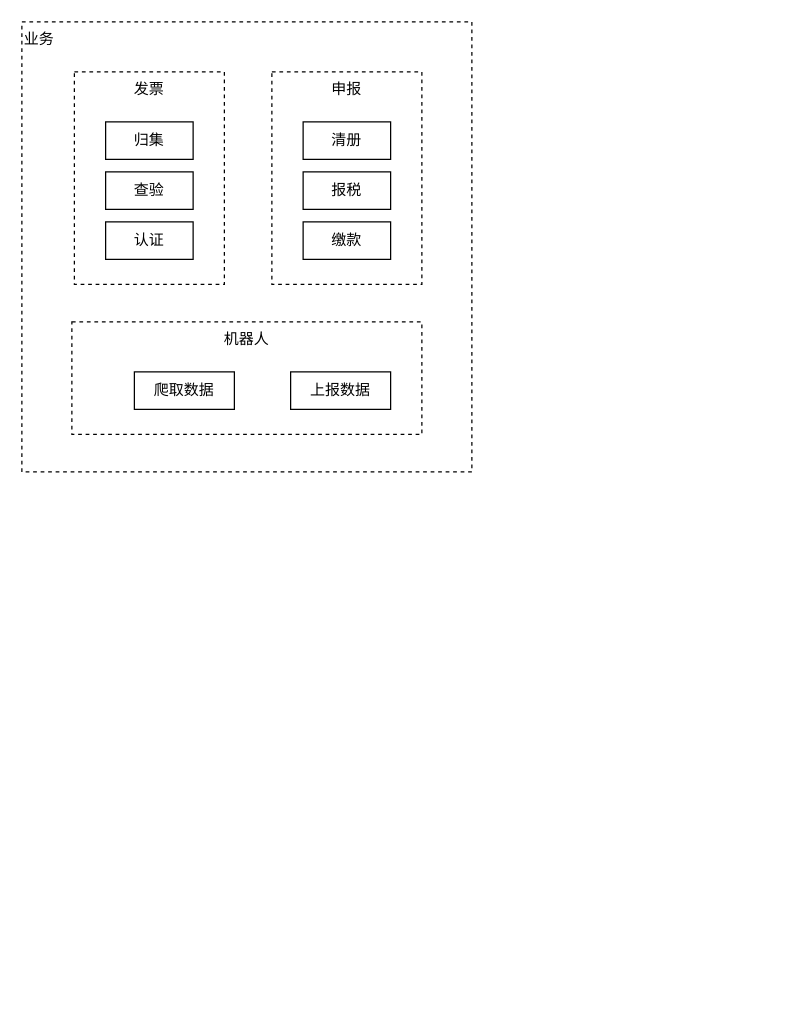
This is qyx first.drawio from xingzhihe/hello-world, a draw.io file, before an edit. Source tidied: cells renumbered, new cells numbered last; positions are measured from the earlier drawing's top-left corner, leaving out a move shared by most shapes. Both pictures are drawn from the tidied source at 125%, with x=0, y=0 at pixel (21, 21).
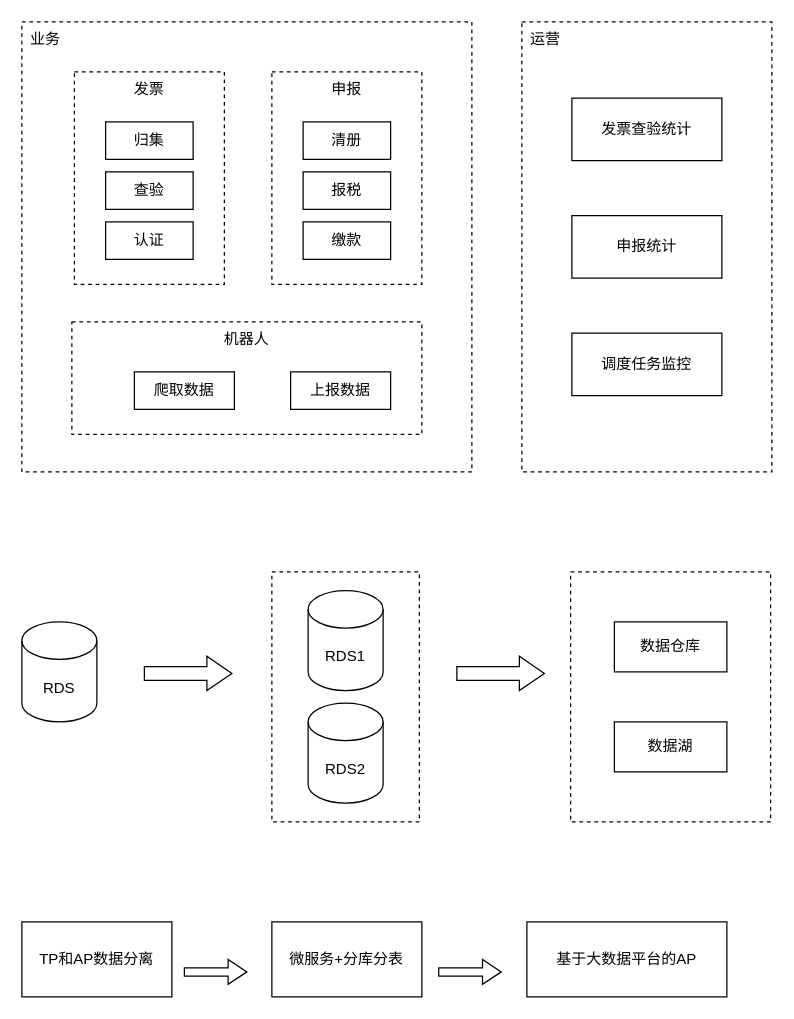
The same diagram, later.

Change to the diagram source:
```diff
@@
+    <mxCell id="14" style="rounded=0;whiteSpace=wrap;html=1;dashed=1;" parent="1" vertex="1">
+      <mxGeometry x="200" y="440" width="118" height="200" as="geometry" />
+    </mxCell>
-    <mxCell id="2" value="业务" style="rounded=0;whiteSpace=wrap;html=1;verticalAlign=top;dashed=1;align=left;" parent="1" vertex="1">
+    <mxCell id="2" value="业务" style="rounded=0;whiteSpace=wrap;html=1;verticalAlign=top;dashed=1;align=left;spacingLeft=5;" parent="1" vertex="1">
       <mxGeometry width="360" height="360" as="geometry" />
     </mxCell>
@@
+    <mxCell id="15" value="运营" style="rounded=0;whiteSpace=wrap;html=1;verticalAlign=top;dashed=1;align=left;spacingLeft=5;" parent="1" vertex="1">
+      <mxGeometry x="400" width="200" height="360" as="geometry" />
+    </mxCell>
+    <mxCell id="16" value="调度任务监控" style="rounded=0;whiteSpace=wrap;html=1;verticalAlign=middle;" parent="1" vertex="1">
+      <mxGeometry x="440" y="249" width="120" height="50" as="geometry" />
+    </mxCell>
+    <mxCell id="17" value="发票查验统计" style="rounded=0;whiteSpace=wrap;html=1;verticalAlign=middle;" parent="1" vertex="1">
+      <mxGeometry x="440" y="61" width="120" height="50" as="geometry" />
+    </mxCell>
+    <mxCell id="18" value="申报统计" style="rounded=0;whiteSpace=wrap;html=1;verticalAlign=middle;" parent="1" vertex="1">
+      <mxGeometry x="440" y="155" width="120" height="50" as="geometry" />
+    </mxCell>
+    <mxCell id="19" value="RDS" style="shape=cylinder3;whiteSpace=wrap;html=1;boundedLbl=1;backgroundOutline=1;size=15;" parent="1" vertex="1">
+      <mxGeometry y="480" width="60" height="80" as="geometry" />
+    </mxCell>
+    <mxCell id="20" style="html=1;shadow=0;dashed=0;align=center;verticalAlign=middle;shape=mxgraph.arrows2.arrow;dy=0.6;dx=20;notch=0;" parent="1" vertex="1">
+      <mxGeometry x="98" y="507.5" width="70" height="27.5" as="geometry" />
+    </mxCell>
+    <mxCell id="21" style="rounded=0;whiteSpace=wrap;html=1;dashed=1;" parent="1" vertex="1">
+      <mxGeometry x="439" y="440" width="160" height="200" as="geometry" />
+    </mxCell>
+    <mxCell id="22" value="数据仓库" style="rounded=0;whiteSpace=wrap;html=1;" parent="1" vertex="1">
+      <mxGeometry x="474" y="480" width="90" height="40" as="geometry" />
+    </mxCell>
+    <mxCell id="23" value="数据湖" style="rounded=0;whiteSpace=wrap;html=1;" parent="1" vertex="1">
+      <mxGeometry x="474" y="560" width="90" height="40" as="geometry" />
+    </mxCell>
+    <mxCell id="24" value="RDS1" style="shape=cylinder3;whiteSpace=wrap;html=1;boundedLbl=1;backgroundOutline=1;size=15;" parent="1" vertex="1">
+      <mxGeometry x="229" y="455" width="60" height="80" as="geometry" />
+    </mxCell>
+    <mxCell id="25" value="RDS2" style="shape=cylinder3;whiteSpace=wrap;html=1;boundedLbl=1;backgroundOutline=1;size=15;" parent="1" vertex="1">
+      <mxGeometry x="229" y="545" width="60" height="80" as="geometry" />
+    </mxCell>
+    <mxCell id="26" style="html=1;shadow=0;dashed=0;align=center;verticalAlign=middle;shape=mxgraph.arrows2.arrow;dy=0.6;dx=20;notch=0;" parent="1" vertex="1">
+      <mxGeometry x="348" y="507.5" width="70" height="27.5" as="geometry" />
+    </mxCell>
+    <mxCell id="27" value="TP和AP数据分离" style="rounded=0;whiteSpace=wrap;html=1;" parent="1" vertex="1">
+      <mxGeometry y="720" width="120" height="60" as="geometry" />
+    </mxCell>
+    <mxCell id="28" value="微服务+分库分表" style="rounded=0;whiteSpace=wrap;html=1;" parent="1" vertex="1">
+      <mxGeometry x="200" y="720" width="120" height="60" as="geometry" />
+    </mxCell>
+    <mxCell id="29" value="基于大数据平台的AP" style="rounded=0;whiteSpace=wrap;html=1;" parent="1" vertex="1">
+      <mxGeometry x="404" y="720" width="160" height="60" as="geometry" />
+    </mxCell>
+    <mxCell id="30" style="html=1;shadow=0;dashed=0;align=center;verticalAlign=middle;shape=mxgraph.arrows2.arrow;dy=0.67;dx=15;notch=0;" parent="1" vertex="1">
+      <mxGeometry x="130" y="750" width="50" height="20" as="geometry" />
+    </mxCell>
+    <mxCell id="31" style="html=1;shadow=0;dashed=0;align=center;verticalAlign=middle;shape=mxgraph.arrows2.arrow;dy=0.67;dx=15;notch=0;" parent="1" vertex="1">
+      <mxGeometry x="333.5" y="750" width="50" height="20" as="geometry" />
+    </mxCell>
```
